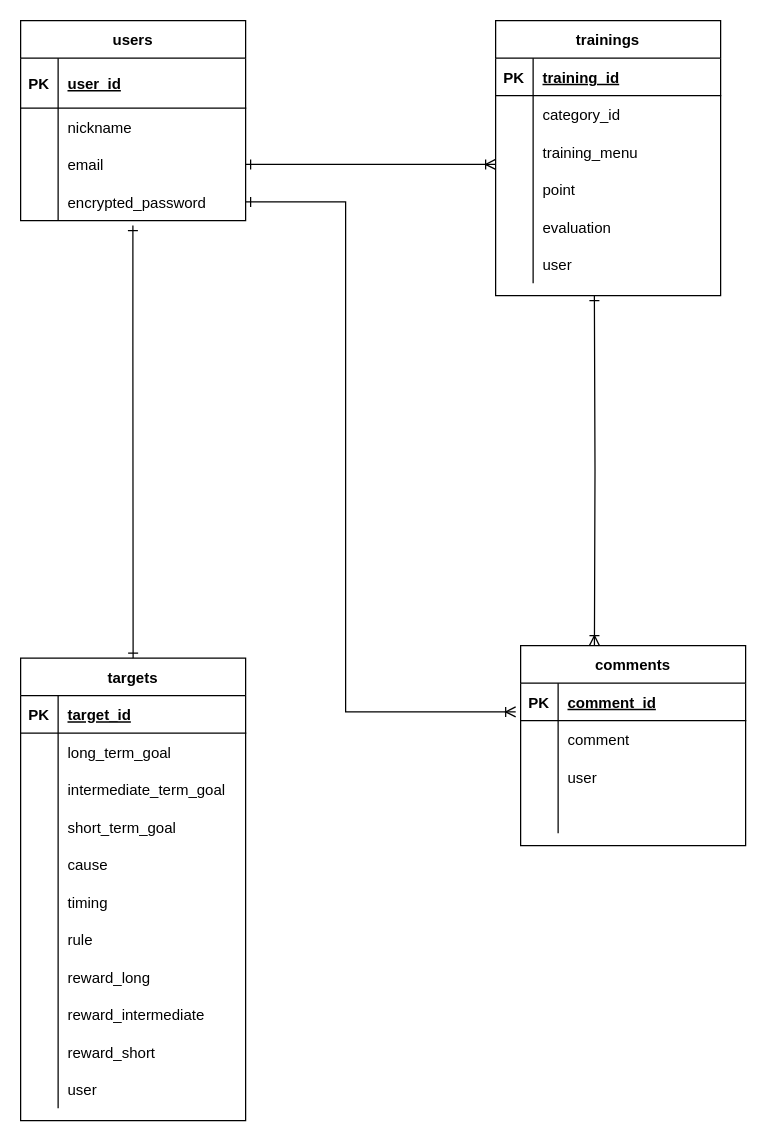
This is training.dio from toshi-1009/training-35041, a draw.io file, before an edit. Source tidied: cells renumbered, new cells numbered last; positions are measured from the earlier drawing's top-left corner, leaving out a move shared by most shapes. Both pictures are drawn from the tidied source at 125%, with x=0, y=0 at pixel (20, 20).
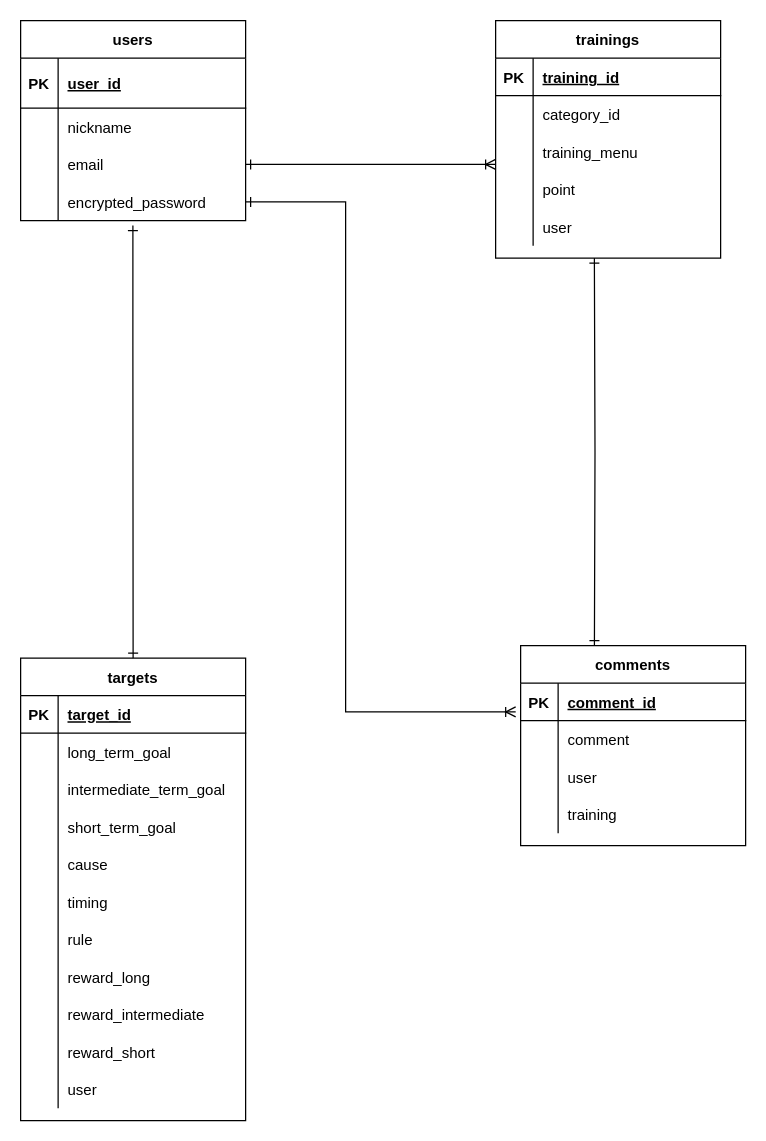
Above is the later version.

Unchanged cells that the change refers to:
```xml
<mxCell id="35" value="comments" style="shape=table;startSize=30;childLayout=tableLayout;rowLines=0;fontStyle=1;align=center;" parent="1" vertex="1">
  <mxGeometry x="400" y="500" width="180" height="160" as="geometry" />
</mxCell>
<mxCell id="45" style="shape=partialRectangle;fillColor=none;top=0;left=0;bottom=0;right=0;" parent="35" vertex="1">
  <mxGeometry y="120" width="180" height="30" as="geometry" />
</mxCell>
```

Diff of the diagram source:
```diff
@@
     <mxCell id="15" value="trainings" style="shape=table;startSize=30;childLayout=tableLayout;rowLines=0;fontStyle=1;align=center;" parent="1" vertex="1">
-      <mxGeometry x="380" width="180" height="220" as="geometry" />
+      <mxGeometry x="380" width="180" height="190" as="geometry" />
     </mxCell>
@@
-    <mxCell id="28" style="shape=partialRectangle;fillColor=none;top=0;left=0;bottom=0;right=0;" parent="15" vertex="1">
-      <mxGeometry y="150" width="180" height="30" as="geometry" />
-    </mxCell>
-    <mxCell id="29" style="shape=partialRectangle;fillColor=none;top=0;left=0;bottom=0;right=0;overflow=hidden;" parent="28" vertex="1">
-      <mxGeometry width="30" height="30" as="geometry" />
-    </mxCell>
-    <mxCell id="30" value="evaluation" style="shape=partialRectangle;fillColor=none;top=0;left=0;bottom=0;right=0;align=left;spacingLeft=6;overflow=hidden;" parent="28" vertex="1">
-      <mxGeometry x="30" width="150" height="30" as="geometry" />
-    </mxCell>
     <mxCell id="31" style="shape=partialRectangle;fillColor=none;top=0;left=0;bottom=0;right=0;" parent="15" vertex="1">
-      <mxGeometry y="180" width="180" height="30" as="geometry" />
+      <mxGeometry y="150" width="180" height="30" as="geometry" />
     </mxCell>
@@
-    <mxCell id="47" style="shape=partialRectangle;fillColor=none;top=0;left=0;bottom=0;right=0;align=left;spacingLeft=6;overflow=hidden;" parent="45" vertex="1">
+    <mxCell id="47" value="training" style="shape=partialRectangle;fillColor=none;top=0;left=0;bottom=0;right=0;align=left;spacingLeft=6;overflow=hidden;" parent="45" vertex="1">
       <mxGeometry x="30" width="150" height="30" as="geometry" />
     </mxCell>
@@
-    <mxCell id="85" style="edgeStyle=orthogonalEdgeStyle;rounded=0;jettySize=auto;html=1;entryX=0.328;entryY=0;entryDx=0;entryDy=0;startArrow=ERone;startFill=0;endArrow=ERoneToMany;endFill=0;entryPerimeter=0;" parent="1" edge="1" target="35">
+    <mxCell id="85" style="edgeStyle=orthogonalEdgeStyle;rounded=0;jettySize=auto;html=1;entryX=0.328;entryY=0;entryDx=0;entryDy=0;startArrow=ERone;startFill=0;endArrow=ERone;endFill=0;entryPerimeter=0;" parent="1" edge="1" target="35">
       <mxGeometry relative="1" as="geometry">
-        <mxPoint x="459" y="220" as="sourcePoint" />
+        <mxPoint x="459" y="190" as="sourcePoint" />
       </mxGeometry>
     </mxCell>
```
